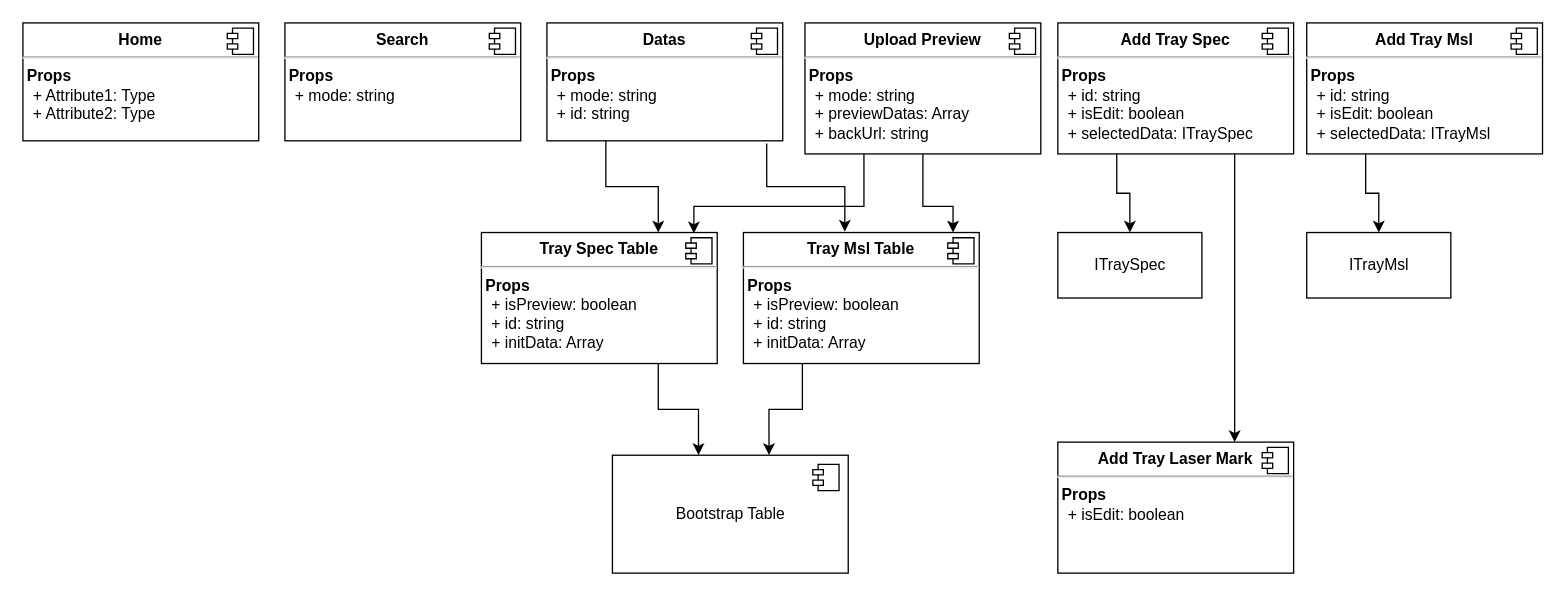
The draw.io diagram img/Component.drawio in yurutung/OMI-Tray_Spec_Maintain, before the edit. Source tidied: cells renumbered, new cells numbered last; positions are measured from the earlier drawing's top-left corner, leaving out a move shared by most shapes. Both pictures are drawn from the tidied source at 131%, with x=0, y=0 at pixel (22, 22).
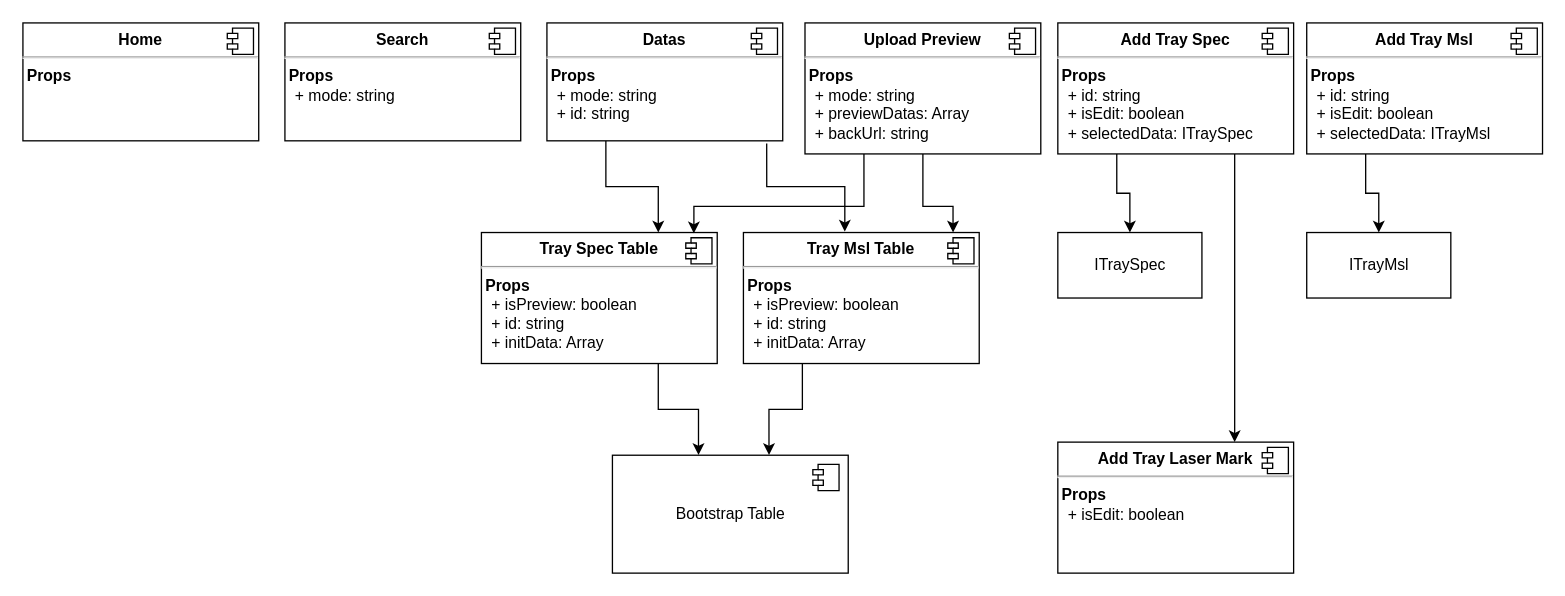
After the change.

Diff of the diagram source:
```diff
@@
-    <mxCell id="4" value="&lt;p style=&quot;margin: 0px ; margin-top: 6px ; text-align: center&quot;&gt;&lt;b&gt;Home&lt;/b&gt;&lt;/p&gt;&lt;hr&gt;&amp;nbsp;&lt;b&gt;Props&lt;/b&gt;&lt;br&gt;&lt;p style=&quot;margin: 0px ; margin-left: 8px&quot;&gt;+ Attribute1: Type&lt;br&gt;+ Attribute2: Type&lt;/p&gt;" style="align=left;overflow=fill;html=1;" parent="1" vertex="1">
+    <mxCell id="4" value="&lt;p style=&quot;margin: 0px ; margin-top: 6px ; text-align: center&quot;&gt;&lt;b&gt;Home&lt;/b&gt;&lt;/p&gt;&lt;hr&gt;&amp;nbsp;&lt;b&gt;Props&lt;/b&gt;&lt;br&gt;&lt;p style=&quot;margin: 0px ; margin-left: 8px&quot;&gt;&lt;br&gt;&lt;/p&gt;" style="align=left;overflow=fill;html=1;" parent="1" vertex="1">
       <mxGeometry width="180" height="90" as="geometry" />
     </mxCell>
```
